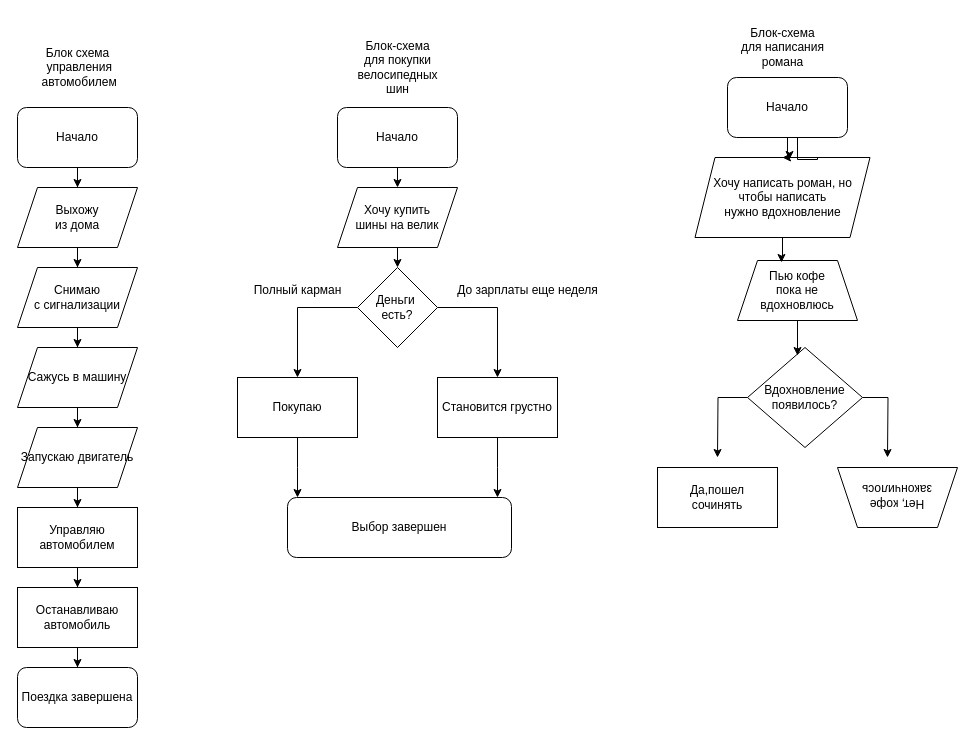
This is python/07_04_25/Диаграмма без названия.drawio from vital-cloud/HTML-CSS-project-python51, a draw.io file, before an edit. Source tidied: cells renumbered, new cells numbered last; positions are measured from the earlier drawing's top-left corner, leaving out a move shared by most shapes. Both pictures are drawn from the tidied source at 100%, with x=0, y=0 at pixel (17, 17).
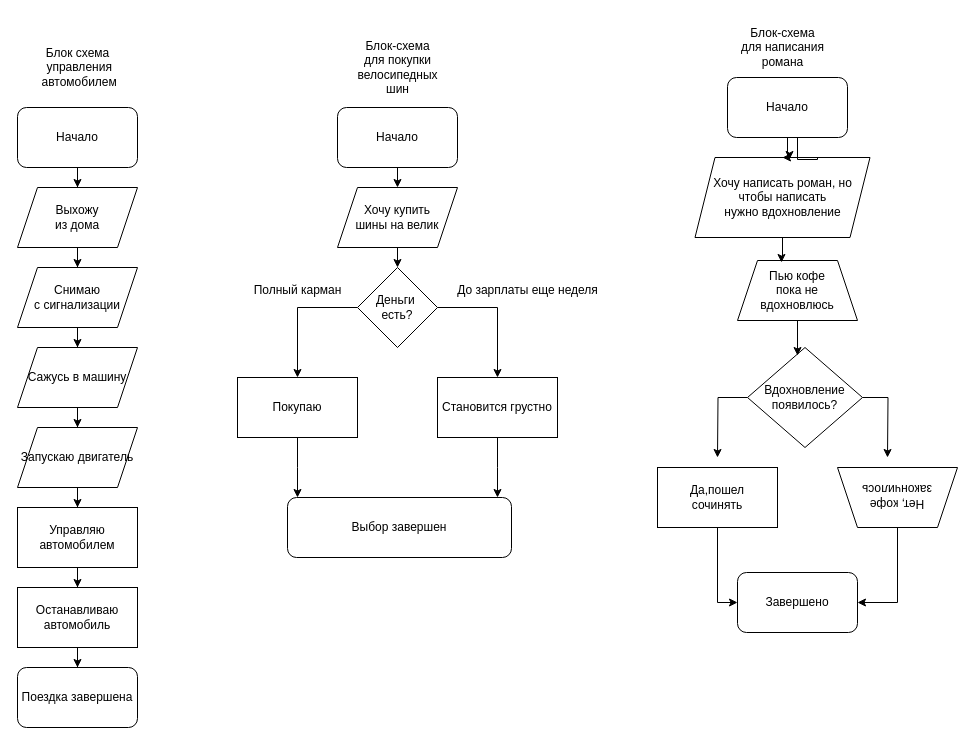
The same diagram, later.

Unchanged cells that the change refers to:
```xml
<mxCell id="40" value="Да,пошел&lt;div&gt;сочинять&lt;/div&gt;" style="rounded=0;whiteSpace=wrap;html=1;" parent="1" vertex="1">
  <mxGeometry x="640" y="450" width="120" height="60" as="geometry" />
</mxCell>
<mxCell id="41" value="Нет, кофе закончилось" style="shape=trapezoid;perimeter=trapezoidPerimeter;whiteSpace=wrap;html=1;fixedSize=1;rotation=-180;" parent="1" vertex="1">
  <mxGeometry x="820" y="450" width="120" height="60" as="geometry" />
</mxCell>
```

Change to the diagram source:
```diff
@@
+    <mxCell id="46" style="edgeStyle=orthogonalEdgeStyle;rounded=0;jettySize=auto;html=1;entryX=0;entryY=0.5;entryDx=0;entryDy=0;" parent="1" edge="1" source="40" target="48">
+      <mxGeometry relative="1" as="geometry" />
+    </mxCell>
@@
+    <mxCell id="47" style="edgeStyle=orthogonalEdgeStyle;rounded=0;jettySize=auto;html=1;entryX=1;entryY=0.5;entryDx=0;entryDy=0;" parent="1" edge="1" source="41" target="48">
+      <mxGeometry relative="1" as="geometry" />
+    </mxCell>
@@
+    <mxCell id="48" value="Завершено" style="rounded=1;whiteSpace=wrap;html=1;" parent="1" vertex="1">
+      <mxGeometry x="720" y="555" width="120" height="60" as="geometry" />
+    </mxCell>
```
